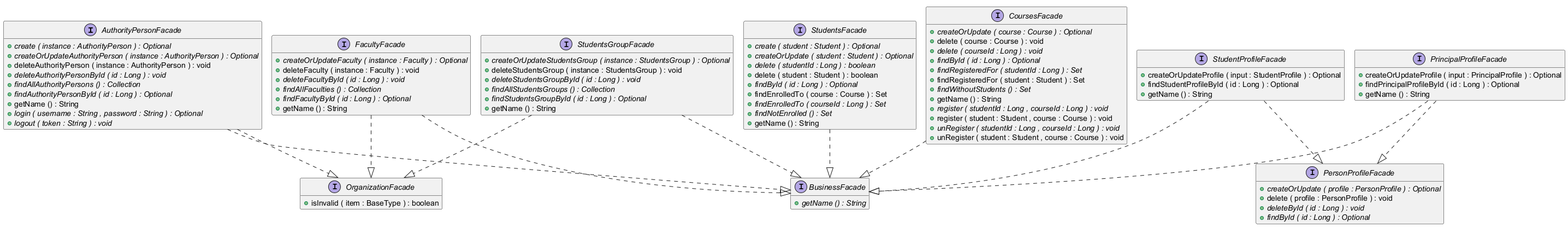
The PlantUML diagram micro-core/documentation/html/images/BusinessLogicFacades.puml.png.png in OlegSopilnyak/school-demo, before a commit. Source of this version:
```plantuml
@startuml
!pragma layout smetana

interface AuthorityPersonFacade {
	{method}  {abstract} +create ( instance : AuthorityPerson ) : Optional
	{method}  {abstract} +createOrUpdateAuthorityPerson ( instance : AuthorityPerson ) : Optional
	{method} +deleteAuthorityPerson ( instance : AuthorityPerson ) : void
	{method}  {abstract} +deleteAuthorityPersonById ( id : Long ) : void
	{method}  {abstract} +findAllAuthorityPersons () : Collection
	{method}  {abstract} +findAuthorityPersonById ( id : Long ) : Optional
	{method} +getName () : String
	{method}  {abstract} +login ( username : String , password : String ) : Optional
	{method}  {abstract} +logout ( token : String ) : void
}


interface BusinessFacade {
	{method}  {abstract} +getName () : String
}


interface CoursesFacade {
	{method}  {abstract} +createOrUpdate ( course : Course ) : Optional
	{method} +delete ( course : Course ) : void
	{method}  {abstract} +delete ( courseId : Long ) : void
	{method}  {abstract} +findById ( id : Long ) : Optional
	{method}  {abstract} +findRegisteredFor ( studentId : Long ) : Set
	{method} +findRegisteredFor ( student : Student ) : Set
	{method}  {abstract} +findWithoutStudents () : Set
	{method} +getName () : String
	{method}  {abstract} +register ( studentId : Long , courseId : Long ) : void
	{method} +register ( student : Student , course : Course ) : void
	{method}  {abstract} +unRegister ( studentId : Long , courseId : Long ) : void
	{method} +unRegister ( student : Student , course : Course ) : void
}


interface FacultyFacade {
	{method}  {abstract} +createOrUpdateFaculty ( instance : Faculty ) : Optional
	{method} +deleteFaculty ( instance : Faculty ) : void
	{method}  {abstract} +deleteFacultyById ( id : Long ) : void
	{method}  {abstract} +findAllFaculties () : Collection
	{method}  {abstract} +findFacultyById ( id : Long ) : Optional
	{method} +getName () : String
}


interface OrganizationFacade {
	{method} +isInvalid ( item : BaseType ) : boolean
}


interface PersonProfileFacade {
	{method}  {abstract} +createOrUpdate ( profile : PersonProfile ) : Optional
	{method} +delete ( profile : PersonProfile ) : void
	{method}  {abstract} +deleteById ( id : Long ) : void
	{method}  {abstract} +findById ( id : Long ) : Optional
}


interface PrincipalProfileFacade {
	{method} +createOrUpdateProfile ( input : PrincipalProfile ) : Optional
	{method} +findPrincipalProfileById ( id : Long ) : Optional
	{method} +getName () : String
}


interface StudentProfileFacade {
	{method} +createOrUpdateProfile ( input : StudentProfile ) : Optional
	{method} +findStudentProfileById ( id : Long ) : Optional
	{method} +getName () : String
}


interface StudentsFacade {
	{method}  {abstract} +create ( student : Student ) : Optional
	{method}  {abstract} +createOrUpdate ( student : Student ) : Optional
	{method}  {abstract} +delete ( studentId : Long ) : boolean
	{method} +delete ( student : Student ) : boolean
	{method}  {abstract} +findById ( id : Long ) : Optional
	{method} +findEnrolledTo ( course : Course ) : Set
	{method}  {abstract} +findEnrolledTo ( courseId : Long ) : Set
	{method}  {abstract} +findNotEnrolled () : Set
	{method} +getName () : String
}


interface StudentsGroupFacade {
	{method}  {abstract} +createOrUpdateStudentsGroup ( instance : StudentsGroup ) : Optional
	{method} +deleteStudentsGroup ( instance : StudentsGroup ) : void
	{method}  {abstract} +deleteStudentsGroupById ( id : Long ) : void
	{method}  {abstract} +findAllStudentsGroups () : Collection
	{method}  {abstract} +findStudentsGroupById ( id : Long ) : Optional
	{method} +getName () : String
}




AuthorityPersonFacade ..|>  BusinessFacade
AuthorityPersonFacade ..|>  OrganizationFacade
CoursesFacade ..|>  BusinessFacade
FacultyFacade ..|>  BusinessFacade
FacultyFacade ..|>  OrganizationFacade
PrincipalProfileFacade ..|>  BusinessFacade
PrincipalProfileFacade ..|>  PersonProfileFacade
StudentProfileFacade ..|>  BusinessFacade
StudentProfileFacade ..|>  PersonProfileFacade
StudentsFacade ..|>  BusinessFacade
StudentsGroupFacade ..|>  BusinessFacade
StudentsGroupFacade ..|>  OrganizationFacade

hide fields

@enduml
```
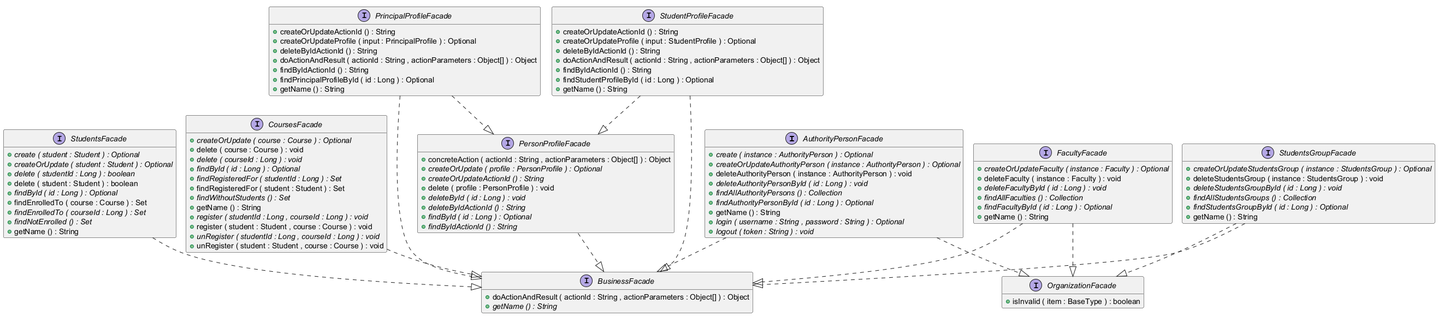
The same diagram one commit later.

What changed in the source:
```diff
@@ -15,6 +15,7 @@
 
 
 interface BusinessFacade {
+	{method} +doActionAndResult ( actionId : String , actionParameters : Object[] ) : Object
 	{method}  {abstract} +getName () : String
 }
 
@@ -51,22 +52,42 @@
 
 
 interface PersonProfileFacade {
+	{method} +concreteAction ( actionId : String , actionParameters : Object[] ) : Object
 	{method}  {abstract} +createOrUpdate ( profile : PersonProfile ) : Optional
+	{method}  {abstract} +createOrUpdateActionId () : String
 	{method} +delete ( profile : PersonProfile ) : void
 	{method}  {abstract} +deleteById ( id : Long ) : void
+	{method}  {abstract} +deleteByIdActionId () : String
 	{method}  {abstract} +findById ( id : Long ) : Optional
+	{method}  {abstract} +findByIdActionId () : String
 }
 
 
 interface PrincipalProfileFacade {
+	{field} {static} +CREATE_OR_UPDATE : String
+	{field} {static} +DELETE_BY_ID : String
+	{field} {static} +FIND_BY_ID : String
+	{field} {static} +PREFIX : String
+	{method} +createOrUpdateActionId () : String
 	{method} +createOrUpdateProfile ( input : PrincipalProfile ) : Optional
+	{method} +deleteByIdActionId () : String
+	{method} +doActionAndResult ( actionId : String , actionParameters : Object[] ) : Object
+	{method} +findByIdActionId () : String
 	{method} +findPrincipalProfileById ( id : Long ) : Optional
 	{method} +getName () : String
 }
 
 
 interface StudentProfileFacade {
+	{field} {static} +CREATE_OR_UPDATE : String
+	{field} {static} +DELETE_BY_ID : String
+	{field} {static} +FIND_BY_ID : String
+	{field} {static} +PREFIX : String
+	{method} +createOrUpdateActionId () : String
 	{method} +createOrUpdateProfile ( input : StudentProfile ) : Optional
+	{method} +deleteByIdActionId () : String
+	{method} +doActionAndResult ( actionId : String , actionParameters : Object[] ) : Object
+	{method} +findByIdActionId () : String
 	{method} +findStudentProfileById ( id : Long ) : Optional
 	{method} +getName () : String
 }
@@ -102,6 +123,7 @@
 CoursesFacade ..|>  BusinessFacade
 FacultyFacade ..|>  BusinessFacade
 FacultyFacade ..|>  OrganizationFacade
+PersonProfileFacade ..|>  BusinessFacade
 PrincipalProfileFacade ..|>  BusinessFacade
 PrincipalProfileFacade ..|>  PersonProfileFacade
 StudentProfileFacade ..|>  BusinessFacade
```
